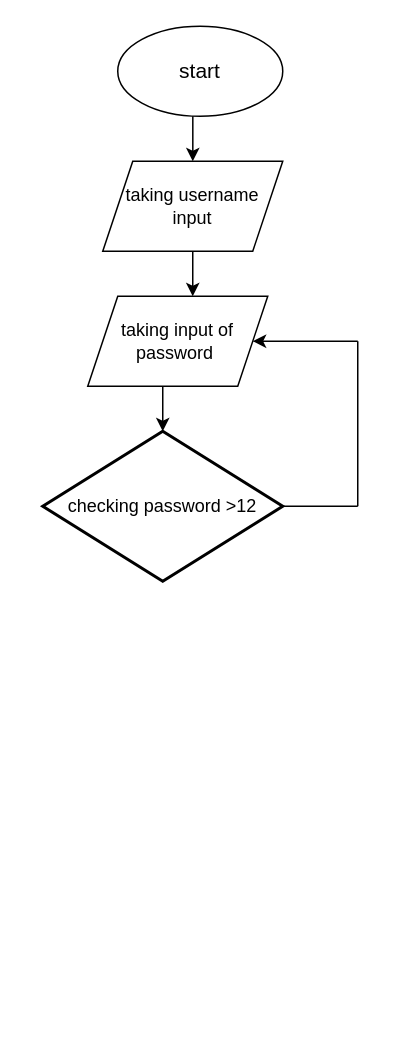
This is Untitled Diagram.drawio from felix715/Economics, a draw.io file, before an edit. Source tidied: cells renumbered, new cells numbered last; positions are measured from the earlier drawing's top-left corner, leaving out a move shared by most shapes. Both pictures are drawn from the tidied source at 150%, with x=0, y=0 at pixel (42, 26).
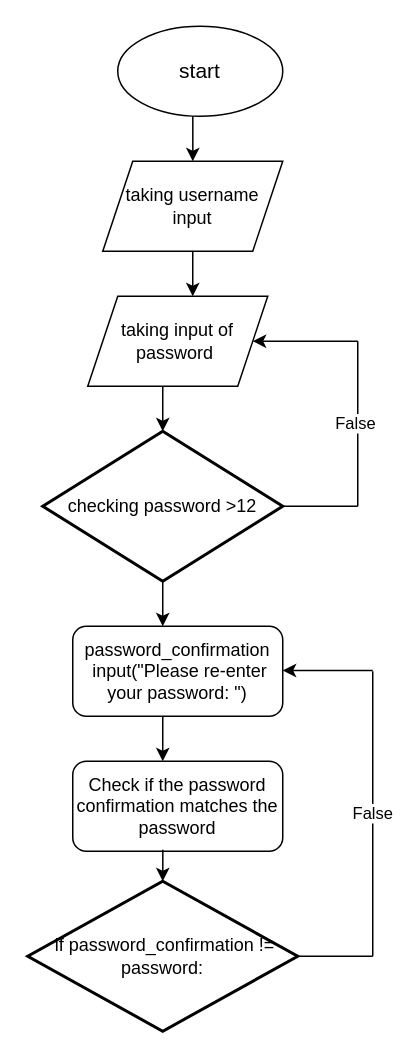
After the change.

The change refers to these unchanged cells:
```xml
<mxCell id="6" value="checking password &amp;gt;12" style="strokeWidth=2;html=1;shape=mxgraph.flowchart.decision;whiteSpace=wrap;" parent="1" vertex="1">
  <mxGeometry y="270" width="160" height="100" as="geometry" />
</mxCell>
```

The edit, as a diff of the source:
```diff
@@
-    <mxCell id="8" style="endArrow=none;html=1;rounded=0;" parent="1" edge="1">
+    <mxCell id="8" value="False&amp;nbsp;" style="endArrow=none;html=1;rounded=0;" parent="1" edge="1">
       <mxGeometry relative="1" as="geometry">
         <mxPoint x="210" y="320" as="sourcePoint" />
         <mxPoint x="210" y="210" as="targetPoint" />
       </mxGeometry>
     </mxCell>
@@
+    <mxCell id="12" value="password_confirmation&lt;br&gt;&amp;nbsp;input(&quot;Please re-enter your password: &quot;)" style="rounded=1;whiteSpace=wrap;html=1;" parent="1" vertex="1">
+      <mxGeometry x="20" y="400" width="140" height="60" as="geometry" />
+    </mxCell>
+    <mxCell id="13" style="endArrow=classic;html=1;rounded=0;exitX=0.5;exitY=1;exitDx=0;exitDy=0;exitPerimeter=0;" parent="1" edge="1" source="6">
+      <mxGeometry relative="1" as="geometry">
+        <mxPoint x="80" y="400" as="targetPoint" />
+      </mxGeometry>
+    </mxCell>
+    <mxCell id="14" value="Check if the password confirmation matches the password" style="rounded=1;whiteSpace=wrap;html=1;" parent="1" vertex="1">
+      <mxGeometry x="20" y="490" width="140" height="60" as="geometry" />
+    </mxCell>
+    <mxCell id="15" style="endArrow=classic;html=1;rounded=0;" parent="1" edge="1">
+      <mxGeometry relative="1" as="geometry">
+        <mxPoint x="80" y="460" as="sourcePoint" />
+        <mxPoint x="80" y="490" as="targetPoint" />
+      </mxGeometry>
+    </mxCell>
+    <mxCell id="16" value="&amp;nbsp;if password_confirmation != password:" style="strokeWidth=2;html=1;shape=mxgraph.flowchart.decision;whiteSpace=wrap;" parent="1" vertex="1">
+      <mxGeometry x="-10" y="570" width="180" height="100" as="geometry" />
+    </mxCell>
+    <mxCell id="17" style="endArrow=classic;html=1;rounded=0;" parent="1" edge="1">
+      <mxGeometry relative="1" as="geometry">
+        <mxPoint x="220" y="429.5" as="sourcePoint" />
+        <mxPoint x="160" y="429.5" as="targetPoint" />
+      </mxGeometry>
+    </mxCell>
+    <mxCell id="18" value="False" style="endArrow=none;html=1;rounded=0;" parent="1" edge="1">
+      <mxGeometry relative="1" as="geometry">
+        <mxPoint x="220" y="620" as="sourcePoint" />
+        <mxPoint x="220" y="430" as="targetPoint" />
+      </mxGeometry>
+    </mxCell>
+    <mxCell id="19" style="endArrow=none;html=1;rounded=0;" parent="1" edge="1">
+      <mxGeometry relative="1" as="geometry">
+        <mxPoint x="170" y="620" as="sourcePoint" />
+        <mxPoint x="220" y="620" as="targetPoint" />
+      </mxGeometry>
+    </mxCell>
+    <mxCell id="20" style="endArrow=classic;html=1;rounded=0;exitX=0.429;exitY=0.983;exitDx=0;exitDy=0;exitPerimeter=0;" parent="1" edge="1" source="14">
+      <mxGeometry relative="1" as="geometry">
+        <mxPoint x="80" y="570" as="targetPoint" />
+      </mxGeometry>
+    </mxCell>
```
